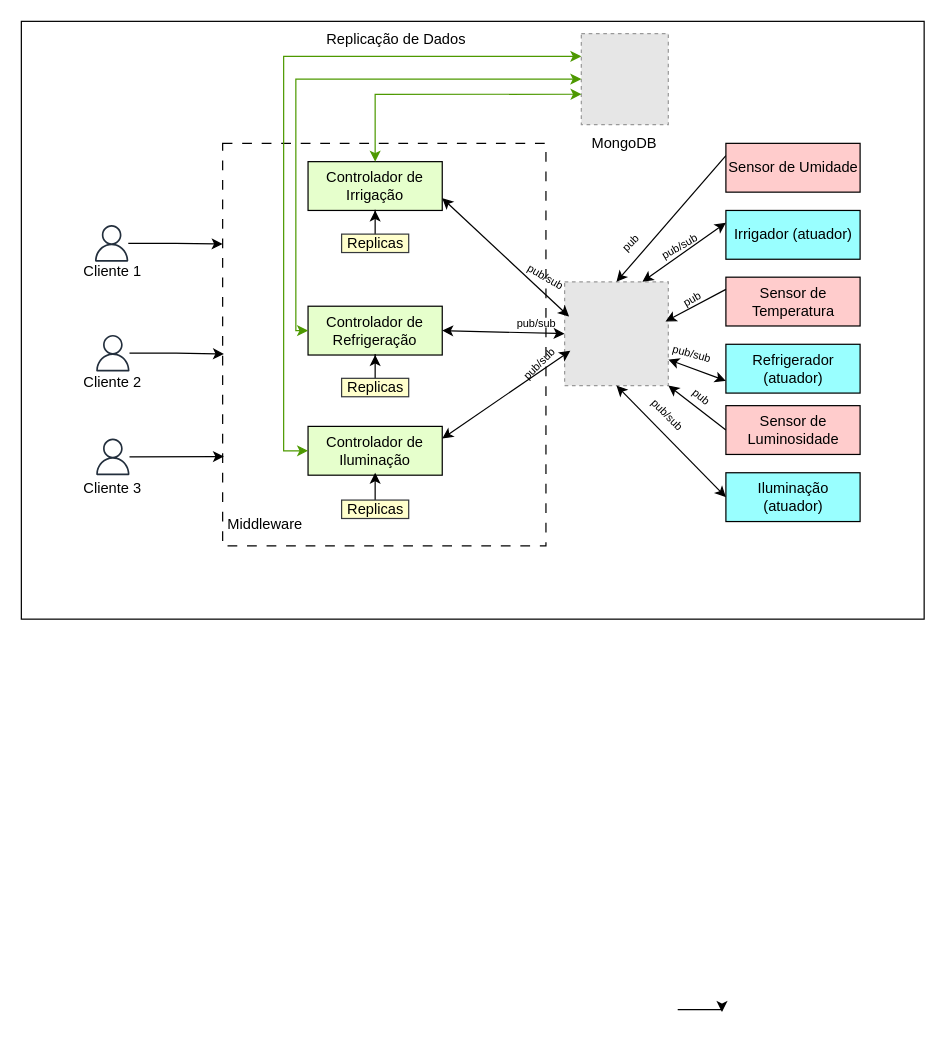
Before: img/diagram.drawio in marimoreiraa/sd-middleware-smart-agro, a draw.io diagram. Source tidied: cells renumbered, new cells numbered last; positions are measured from the earlier drawing's top-left corner, leaving out a move shared by most shapes. Both pictures are drawn from the tidied source at 122%, with x=0, y=0 at pixel (21, 21). Pictures stored in the file or linked from it are replaced by grey dashed boxes.
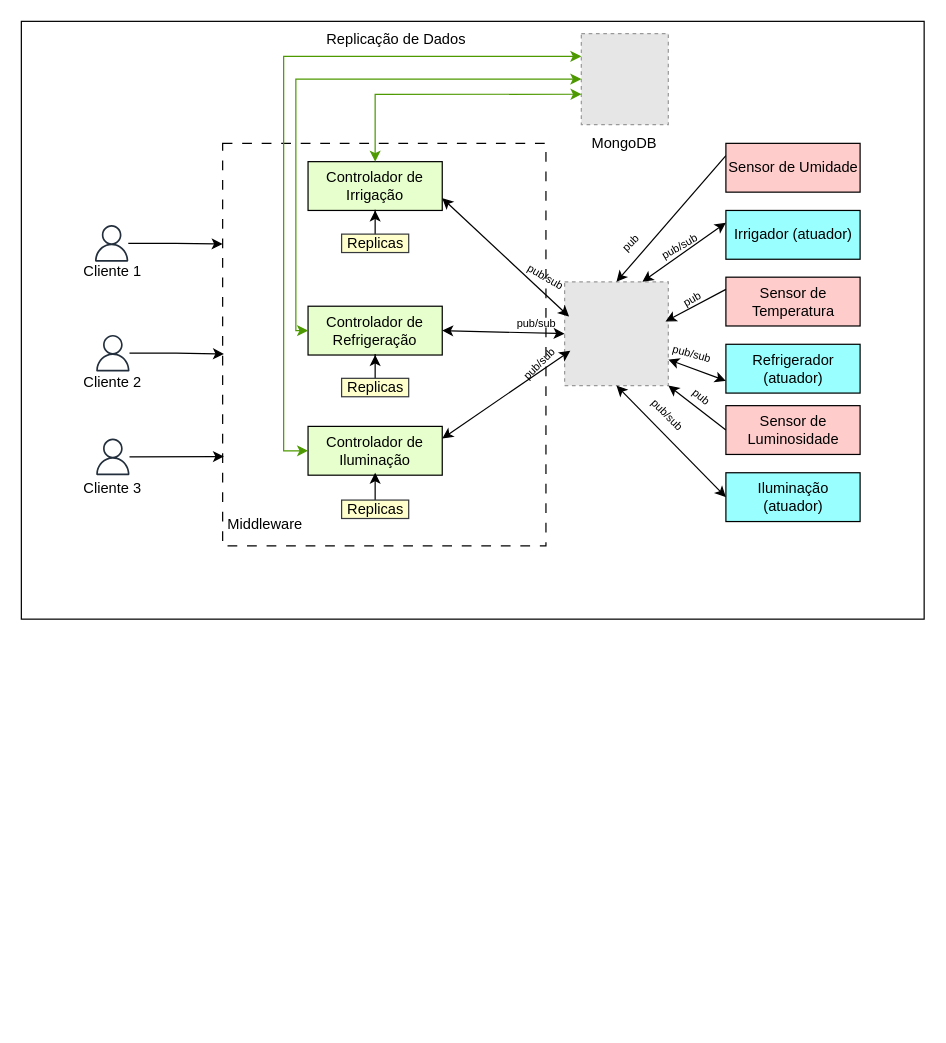
The same diagram, later.

Diff of the diagram source:
```diff
@@
-    <mxCell id="29" style="edgeStyle=orthogonalEdgeStyle;rounded=0;orthogonalLoop=1;jettySize=auto;html=1;entryX=0.004;entryY=0.79;entryDx=0;entryDy=0;entryPerimeter=0;" parent="1" edge="1">
-      <mxGeometry relative="1" as="geometry">
-        <mxPoint x="538" y="810" as="sourcePoint" />
-        <mxPoint x="574.3" y="812" as="targetPoint" />
-      </mxGeometry>
-    </mxCell>
```
